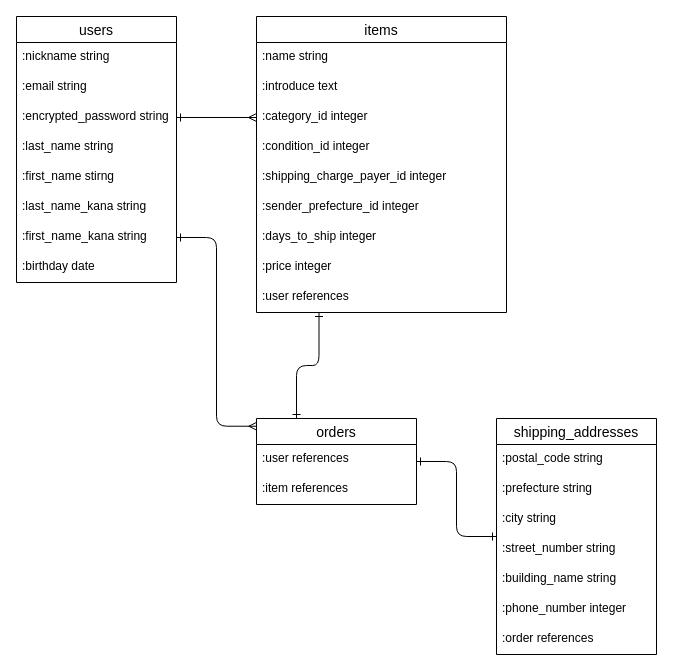
Before: ERD.dio in JIZAEMON/furima-39979, a draw.io diagram. Source tidied: cells renumbered, new cells numbered last; positions are measured from the earlier drawing's top-left corner, leaving out a move shared by most shapes. Both pictures are drawn from the tidied source at 100%, with x=0, y=0 at pixel (16, 16).
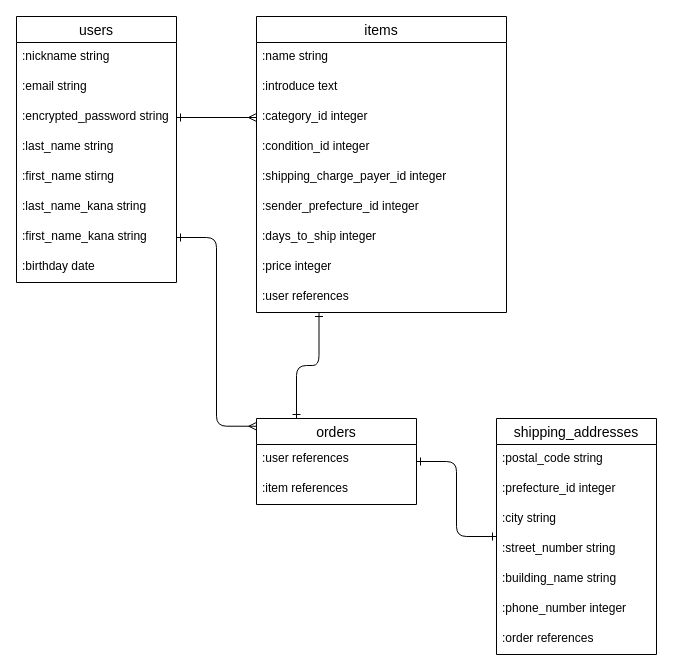
After the change.

Commit message (it also covers changes not shown here):
ER図とREADMEの修正3

The change refers to these unchanged cells:
```xml
<mxCell id="28" value="shipping_addresses" style="swimlane;fontStyle=0;horizontal=1;startSize=26;align=center;fontSize=14;" parent="1" vertex="1">
  <mxGeometry x="480" y="402" width="160" height="236" as="geometry" />
</mxCell>
```

Change to the diagram source:
```diff
@@
-    <mxCell id="30" value=":prefecture string" style="text;strokeColor=none;fillColor=none;spacingLeft=4;spacingRight=4;overflow=hidden;fontSize=12;" parent="28" vertex="1">
+    <mxCell id="30" value=":prefecture_id integer" style="text;strokeColor=none;fillColor=none;spacingLeft=4;spacingRight=4;overflow=hidden;fontSize=12;" parent="28" vertex="1">
       <mxGeometry y="56" width="160" height="30" as="geometry" />
     </mxCell>
```
